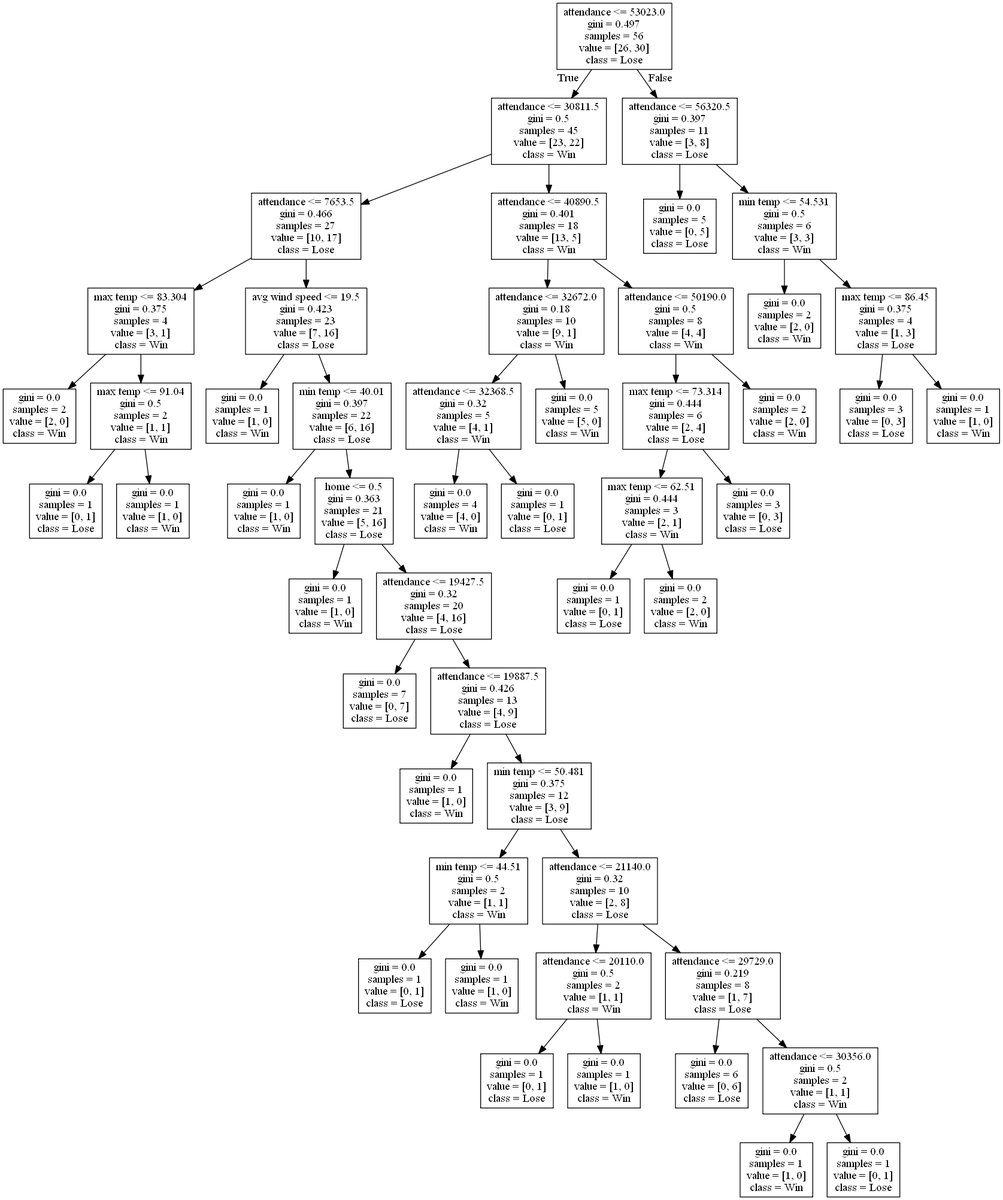
This is DecisionTrees/decision_tree_no_score15.png from alexana-steck/CSE482Project, a Graphviz export, as it was before one commit. Its source is kept beside it as DecisionTrees/decision_tree_no_score15.dot. Its diagram source:
```dot
digraph Tree {
node [shape=box] ;
0 [label="attendance <= 53023.0\ngini = 0.497\nsamples = 56\nvalue = [26, 30]\nclass = Lose"] ;
1 [label="attendance <= 30811.5\ngini = 0.5\nsamples = 45\nvalue = [23, 22]\nclass = Win"] ;
0 -> 1 [labeldistance=2.5, labelangle=45, headlabel="True"] ;
2 [label="attendance <= 7653.5\ngini = 0.466\nsamples = 27\nvalue = [10, 17]\nclass = Lose"] ;
1 -> 2 ;
3 [label="max temp <= 83.304\ngini = 0.375\nsamples = 4\nvalue = [3, 1]\nclass = Win"] ;
2 -> 3 ;
4 [label="gini = 0.0\nsamples = 2\nvalue = [2, 0]\nclass = Win"] ;
3 -> 4 ;
5 [label="max temp <= 91.04\ngini = 0.5\nsamples = 2\nvalue = [1, 1]\nclass = Win"] ;
3 -> 5 ;
6 [label="gini = 0.0\nsamples = 1\nvalue = [0, 1]\nclass = Lose"] ;
5 -> 6 ;
7 [label="gini = 0.0\nsamples = 1\nvalue = [1, 0]\nclass = Win"] ;
5 -> 7 ;
8 [label="avg wind speed <= 19.5\ngini = 0.423\nsamples = 23\nvalue = [7, 16]\nclass = Lose"] ;
2 -> 8 ;
9 [label="gini = 0.0\nsamples = 1\nvalue = [1, 0]\nclass = Win"] ;
8 -> 9 ;
10 [label="min temp <= 40.01\ngini = 0.397\nsamples = 22\nvalue = [6, 16]\nclass = Lose"] ;
8 -> 10 ;
11 [label="gini = 0.0\nsamples = 1\nvalue = [1, 0]\nclass = Win"] ;
10 -> 11 ;
12 [label="home <= 0.5\ngini = 0.363\nsamples = 21\nvalue = [5, 16]\nclass = Lose"] ;
10 -> 12 ;
13 [label="gini = 0.0\nsamples = 1\nvalue = [1, 0]\nclass = Win"] ;
12 -> 13 ;
14 [label="attendance <= 19427.5\ngini = 0.32\nsamples = 20\nvalue = [4, 16]\nclass = Lose"] ;
12 -> 14 ;
15 [label="gini = 0.0\nsamples = 7\nvalue = [0, 7]\nclass = Lose"] ;
14 -> 15 ;
16 [label="attendance <= 19887.5\ngini = 0.426\nsamples = 13\nvalue = [4, 9]\nclass = Lose"] ;
14 -> 16 ;
17 [label="gini = 0.0\nsamples = 1\nvalue = [1, 0]\nclass = Win"] ;
16 -> 17 ;
18 [label="min temp <= 50.481\ngini = 0.375\nsamples = 12\nvalue = [3, 9]\nclass = Lose"] ;
16 -> 18 ;
19 [label="min temp <= 44.51\ngini = 0.5\nsamples = 2\nvalue = [1, 1]\nclass = Win"] ;
18 -> 19 ;
20 [label="gini = 0.0\nsamples = 1\nvalue = [0, 1]\nclass = Lose"] ;
19 -> 20 ;
21 [label="gini = 0.0\nsamples = 1\nvalue = [1, 0]\nclass = Win"] ;
19 -> 21 ;
22 [label="attendance <= 21140.0\ngini = 0.32\nsamples = 10\nvalue = [2, 8]\nclass = Lose"] ;
18 -> 22 ;
23 [label="attendance <= 20110.0\ngini = 0.5\nsamples = 2\nvalue = [1, 1]\nclass = Win"] ;
22 -> 23 ;
24 [label="gini = 0.0\nsamples = 1\nvalue = [0, 1]\nclass = Lose"] ;
23 -> 24 ;
25 [label="gini = 0.0\nsamples = 1\nvalue = [1, 0]\nclass = Win"] ;
23 -> 25 ;
26 [label="attendance <= 29729.0\ngini = 0.219\nsamples = 8\nvalue = [1, 7]\nclass = Lose"] ;
22 -> 26 ;
27 [label="gini = 0.0\nsamples = 6\nvalue = [0, 6]\nclass = Lose"] ;
26 -> 27 ;
28 [label="attendance <= 30356.0\ngini = 0.5\nsamples = 2\nvalue = [1, 1]\nclass = Win"] ;
26 -> 28 ;
29 [label="gini = 0.0\nsamples = 1\nvalue = [1, 0]\nclass = Win"] ;
28 -> 29 ;
30 [label="gini = 0.0\nsamples = 1\nvalue = [0, 1]\nclass = Lose"] ;
28 -> 30 ;
31 [label="attendance <= 40890.5\ngini = 0.401\nsamples = 18\nvalue = [13, 5]\nclass = Win"] ;
1 -> 31 ;
32 [label="attendance <= 32672.0\ngini = 0.18\nsamples = 10\nvalue = [9, 1]\nclass = Win"] ;
31 -> 32 ;
33 [label="attendance <= 32368.5\ngini = 0.32\nsamples = 5\nvalue = [4, 1]\nclass = Win"] ;
32 -> 33 ;
34 [label="gini = 0.0\nsamples = 4\nvalue = [4, 0]\nclass = Win"] ;
33 -> 34 ;
35 [label="gini = 0.0\nsamples = 1\nvalue = [0, 1]\nclass = Lose"] ;
33 -> 35 ;
36 [label="gini = 0.0\nsamples = 5\nvalue = [5, 0]\nclass = Win"] ;
32 -> 36 ;
37 [label="attendance <= 50190.0\ngini = 0.5\nsamples = 8\nvalue = [4, 4]\nclass = Win"] ;
31 -> 37 ;
38 [label="max temp <= 73.314\ngini = 0.444\nsamples = 6\nvalue = [2, 4]\nclass = Lose"] ;
37 -> 38 ;
39 [label="max temp <= 62.51\ngini = 0.444\nsamples = 3\nvalue = [2, 1]\nclass = Win"] ;
38 -> 39 ;
40 [label="gini = 0.0\nsamples = 1\nvalue = [0, 1]\nclass = Lose"] ;
39 -> 40 ;
41 [label="gini = 0.0\nsamples = 2\nvalue = [2, 0]\nclass = Win"] ;
39 -> 41 ;
42 [label="gini = 0.0\nsamples = 3\nvalue = [0, 3]\nclass = Lose"] ;
38 -> 42 ;
43 [label="gini = 0.0\nsamples = 2\nvalue = [2, 0]\nclass = Win"] ;
37 -> 43 ;
44 [label="attendance <= 56320.5\ngini = 0.397\nsamples = 11\nvalue = [3, 8]\nclass = Lose"] ;
0 -> 44 [labeldistance=2.5, labelangle=-45, headlabel="False"] ;
45 [label="gini = 0.0\nsamples = 5\nvalue = [0, 5]\nclass = Lose"] ;
44 -> 45 ;
46 [label="min temp <= 54.531\ngini = 0.5\nsamples = 6\nvalue = [3, 3]\nclass = Win"] ;
44 -> 46 ;
47 [label="gini = 0.0\nsamples = 2\nvalue = [2, 0]\nclass = Win"] ;
46 -> 47 ;
48 [label="max temp <= 86.45\ngini = 0.375\nsamples = 4\nvalue = [1, 3]\nclass = Lose"] ;
46 -> 48 ;
49 [label="gini = 0.0\nsamples = 3\nvalue = [0, 3]\nclass = Lose"] ;
48 -> 49 ;
50 [label="gini = 0.0\nsamples = 1\nvalue = [1, 0]\nclass = Win"] ;
48 -> 50 ;
}
```
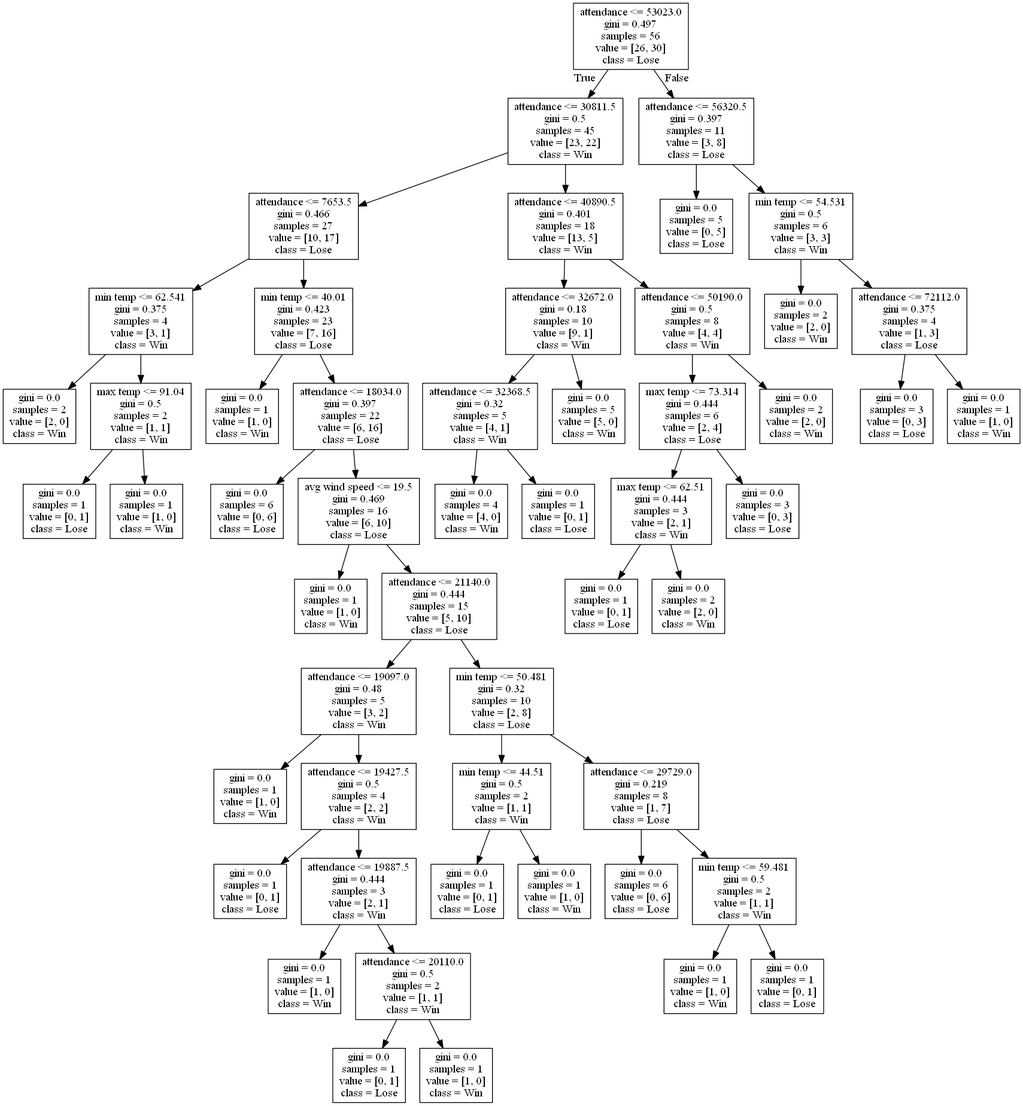
The same diagram one commit later.

The edit, as a diff of the source:
```diff
@@ -5,7 +5,7 @@
 0 -> 1 [labeldistance=2.5, labelangle=45, headlabel="True"] ;
 2 [label="attendance <= 7653.5\ngini = 0.466\nsamples = 27\nvalue = [10, 17]\nclass = Lose"] ;
 1 -> 2 ;
-3 [label="max temp <= 83.304\ngini = 0.375\nsamples = 4\nvalue = [3, 1]\nclass = Win"] ;
+3 [label="min temp <= 62.541\ngini = 0.375\nsamples = 4\nvalue = [3, 1]\nclass = Win"] ;
 2 -> 3 ;
 4 [label="gini = 0.0\nsamples = 2\nvalue = [2, 0]\nclass = Win"] ;
 3 -> 4 ;
@@ -15,90 +15,94 @@
 5 -> 6 ;
 7 [label="gini = 0.0\nsamples = 1\nvalue = [1, 0]\nclass = Win"] ;
 5 -> 7 ;
-8 [label="avg wind speed <= 19.5\ngini = 0.423\nsamples = 23\nvalue = [7, 16]\nclass = Lose"] ;
+8 [label="min temp <= 40.01\ngini = 0.423\nsamples = 23\nvalue = [7, 16]\nclass = Lose"] ;
 2 -> 8 ;
 9 [label="gini = 0.0\nsamples = 1\nvalue = [1, 0]\nclass = Win"] ;
 8 -> 9 ;
-10 [label="min temp <= 40.01\ngini = 0.397\nsamples = 22\nvalue = [6, 16]\nclass = Lose"] ;
+10 [label="attendance <= 18034.0\ngini = 0.397\nsamples = 22\nvalue = [6, 16]\nclass = Lose"] ;
 8 -> 10 ;
-11 [label="gini = 0.0\nsamples = 1\nvalue = [1, 0]\nclass = Win"] ;
+11 [label="gini = 0.0\nsamples = 6\nvalue = [0, 6]\nclass = Lose"] ;
 10 -> 11 ;
-12 [label="home <= 0.5\ngini = 0.363\nsamples = 21\nvalue = [5, 16]\nclass = Lose"] ;
+12 [label="avg wind speed <= 19.5\ngini = 0.469\nsamples = 16\nvalue = [6, 10]\nclass = Lose"] ;
 10 -> 12 ;
 13 [label="gini = 0.0\nsamples = 1\nvalue = [1, 0]\nclass = Win"] ;
 12 -> 13 ;
-14 [label="attendance <= 19427.5\ngini = 0.32\nsamples = 20\nvalue = [4, 16]\nclass = Lose"] ;
+14 [label="attendance <= 21140.0\ngini = 0.444\nsamples = 15\nvalue = [5, 10]\nclass = Lose"] ;
 12 -> 14 ;
-15 [label="gini = 0.0\nsamples = 7\nvalue = [0, 7]\nclass = Lose"] ;
+15 [label="attendance <= 19097.0\ngini = 0.48\nsamples = 5\nvalue = [3, 2]\nclass = Win"] ;
 14 -> 15 ;
-16 [label="attendance <= 19887.5\ngini = 0.426\nsamples = 13\nvalue = [4, 9]\nclass = Lose"] ;
-14 -> 16 ;
-17 [label="gini = 0.0\nsamples = 1\nvalue = [1, 0]\nclass = Win"] ;
-16 -> 17 ;
-18 [label="min temp <= 50.481\ngini = 0.375\nsamples = 12\nvalue = [3, 9]\nclass = Lose"] ;
-16 -> 18 ;
-19 [label="min temp <= 44.51\ngini = 0.5\nsamples = 2\nvalue = [1, 1]\nclass = Win"] ;
-18 -> 19 ;
-20 [label="gini = 0.0\nsamples = 1\nvalue = [0, 1]\nclass = Lose"] ;
+16 [label="gini = 0.0\nsamples = 1\nvalue = [1, 0]\nclass = Win"] ;
+15 -> 16 ;
+17 [label="attendance <= 19427.5\ngini = 0.5\nsamples = 4\nvalue = [2, 2]\nclass = Win"] ;
+15 -> 17 ;
+18 [label="gini = 0.0\nsamples = 1\nvalue = [0, 1]\nclass = Lose"] ;
+17 -> 18 ;
+19 [label="attendance <= 19887.5\ngini = 0.444\nsamples = 3\nvalue = [2, 1]\nclass = Win"] ;
+17 -> 19 ;
+20 [label="gini = 0.0\nsamples = 1\nvalue = [1, 0]\nclass = Win"] ;
 19 -> 20 ;
-21 [label="gini = 0.0\nsamples = 1\nvalue = [1, 0]\nclass = Win"] ;
+21 [label="attendance <= 20110.0\ngini = 0.5\nsamples = 2\nvalue = [1, 1]\nclass = Win"] ;
 19 -> 21 ;
-22 [label="attendance <= 21140.0\ngini = 0.32\nsamples = 10\nvalue = [2, 8]\nclass = Lose"] ;
-18 -> 22 ;
-23 [label="attendance <= 20110.0\ngini = 0.5\nsamples = 2\nvalue = [1, 1]\nclass = Win"] ;
-22 -> 23 ;
-24 [label="gini = 0.0\nsamples = 1\nvalue = [0, 1]\nclass = Lose"] ;
-23 -> 24 ;
-25 [label="gini = 0.0\nsamples = 1\nvalue = [1, 0]\nclass = Win"] ;
-23 -> 25 ;
-26 [label="attendance <= 29729.0\ngini = 0.219\nsamples = 8\nvalue = [1, 7]\nclass = Lose"] ;
-22 -> 26 ;
-27 [label="gini = 0.0\nsamples = 6\nvalue = [0, 6]\nclass = Lose"] ;
-26 -> 27 ;
-28 [label="attendance <= 30356.0\ngini = 0.5\nsamples = 2\nvalue = [1, 1]\nclass = Win"] ;
-26 -> 28 ;
-29 [label="gini = 0.0\nsamples = 1\nvalue = [1, 0]\nclass = Win"] ;
+22 [label="gini = 0.0\nsamples = 1\nvalue = [0, 1]\nclass = Lose"] ;
+21 -> 22 ;
+23 [label="gini = 0.0\nsamples = 1\nvalue = [1, 0]\nclass = Win"] ;
+21 -> 23 ;
+24 [label="min temp <= 50.481\ngini = 0.32\nsamples = 10\nvalue = [2, 8]\nclass = Lose"] ;
+14 -> 24 ;
+25 [label="min temp <= 44.51\ngini = 0.5\nsamples = 2\nvalue = [1, 1]\nclass = Win"] ;
+24 -> 25 ;
+26 [label="gini = 0.0\nsamples = 1\nvalue = [0, 1]\nclass = Lose"] ;
+25 -> 26 ;
+27 [label="gini = 0.0\nsamples = 1\nvalue = [1, 0]\nclass = Win"] ;
+25 -> 27 ;
+28 [label="attendance <= 29729.0\ngini = 0.219\nsamples = 8\nvalue = [1, 7]\nclass = Lose"] ;
+24 -> 28 ;
+29 [label="gini = 0.0\nsamples = 6\nvalue = [0, 6]\nclass = Lose"] ;
 28 -> 29 ;
-30 [label="gini = 0.0\nsamples = 1\nvalue = [0, 1]\nclass = Lose"] ;
+30 [label="min temp <= 59.481\ngini = 0.5\nsamples = 2\nvalue = [1, 1]\nclass = Win"] ;
 28 -> 30 ;
-31 [label="attendance <= 40890.5\ngini = 0.401\nsamples = 18\nvalue = [13, 5]\nclass = Win"] ;
-1 -> 31 ;
-32 [label="attendance <= 32672.0\ngini = 0.18\nsamples = 10\nvalue = [9, 1]\nclass = Win"] ;
-31 -> 32 ;
-33 [label="attendance <= 32368.5\ngini = 0.32\nsamples = 5\nvalue = [4, 1]\nclass = Win"] ;
-32 -> 33 ;
-34 [label="gini = 0.0\nsamples = 4\nvalue = [4, 0]\nclass = Win"] ;
+31 [label="gini = 0.0\nsamples = 1\nvalue = [1, 0]\nclass = Win"] ;
+30 -> 31 ;
+32 [label="gini = 0.0\nsamples = 1\nvalue = [0, 1]\nclass = Lose"] ;
+30 -> 32 ;
+33 [label="attendance <= 40890.5\ngini = 0.401\nsamples = 18\nvalue = [13, 5]\nclass = Win"] ;
+1 -> 33 ;
+34 [label="attendance <= 32672.0\ngini = 0.18\nsamples = 10\nvalue = [9, 1]\nclass = Win"] ;
 33 -> 34 ;
-35 [label="gini = 0.0\nsamples = 1\nvalue = [0, 1]\nclass = Lose"] ;
-33 -> 35 ;
-36 [label="gini = 0.0\nsamples = 5\nvalue = [5, 0]\nclass = Win"] ;
-32 -> 36 ;
-37 [label="attendance <= 50190.0\ngini = 0.5\nsamples = 8\nvalue = [4, 4]\nclass = Win"] ;
-31 -> 37 ;
-38 [label="max temp <= 73.314\ngini = 0.444\nsamples = 6\nvalue = [2, 4]\nclass = Lose"] ;
-37 -> 38 ;
-39 [label="max temp <= 62.51\ngini = 0.444\nsamples = 3\nvalue = [2, 1]\nclass = Win"] ;
-38 -> 39 ;
-40 [label="gini = 0.0\nsamples = 1\nvalue = [0, 1]\nclass = Lose"] ;
+35 [label="attendance <= 32368.5\ngini = 0.32\nsamples = 5\nvalue = [4, 1]\nclass = Win"] ;
+34 -> 35 ;
+36 [label="gini = 0.0\nsamples = 4\nvalue = [4, 0]\nclass = Win"] ;
+35 -> 36 ;
+37 [label="gini = 0.0\nsamples = 1\nvalue = [0, 1]\nclass = Lose"] ;
+35 -> 37 ;
+38 [label="gini = 0.0\nsamples = 5\nvalue = [5, 0]\nclass = Win"] ;
+34 -> 38 ;
+39 [label="attendance <= 50190.0\ngini = 0.5\nsamples = 8\nvalue = [4, 4]\nclass = Win"] ;
+33 -> 39 ;
+40 [label="max temp <= 73.314\ngini = 0.444\nsamples = 6\nvalue = [2, 4]\nclass = Lose"] ;
 39 -> 40 ;
-41 [label="gini = 0.0\nsamples = 2\nvalue = [2, 0]\nclass = Win"] ;
-39 -> 41 ;
-42 [label="gini = 0.0\nsamples = 3\nvalue = [0, 3]\nclass = Lose"] ;
-38 -> 42 ;
+41 [label="max temp <= 62.51\ngini = 0.444\nsamples = 3\nvalue = [2, 1]\nclass = Win"] ;
+40 -> 41 ;
+42 [label="gini = 0.0\nsamples = 1\nvalue = [0, 1]\nclass = Lose"] ;
+41 -> 42 ;
 43 [label="gini = 0.0\nsamples = 2\nvalue = [2, 0]\nclass = Win"] ;
-37 -> 43 ;
-44 [label="attendance <= 56320.5\ngini = 0.397\nsamples = 11\nvalue = [3, 8]\nclass = Lose"] ;
-0 -> 44 [labeldistance=2.5, labelangle=-45, headlabel="False"] ;
-45 [label="gini = 0.0\nsamples = 5\nvalue = [0, 5]\nclass = Lose"] ;
-44 -> 45 ;
-46 [label="min temp <= 54.531\ngini = 0.5\nsamples = 6\nvalue = [3, 3]\nclass = Win"] ;
-44 -> 46 ;
-47 [label="gini = 0.0\nsamples = 2\nvalue = [2, 0]\nclass = Win"] ;
+41 -> 43 ;
+44 [label="gini = 0.0\nsamples = 3\nvalue = [0, 3]\nclass = Lose"] ;
+40 -> 44 ;
+45 [label="gini = 0.0\nsamples = 2\nvalue = [2, 0]\nclass = Win"] ;
+39 -> 45 ;
+46 [label="attendance <= 56320.5\ngini = 0.397\nsamples = 11\nvalue = [3, 8]\nclass = Lose"] ;
+0 -> 46 [labeldistance=2.5, labelangle=-45, headlabel="False"] ;
+47 [label="gini = 0.0\nsamples = 5\nvalue = [0, 5]\nclass = Lose"] ;
 46 -> 47 ;
-48 [label="max temp <= 86.45\ngini = 0.375\nsamples = 4\nvalue = [1, 3]\nclass = Lose"] ;
+48 [label="min temp <= 54.531\ngini = 0.5\nsamples = 6\nvalue = [3, 3]\nclass = Win"] ;
 46 -> 48 ;
-49 [label="gini = 0.0\nsamples = 3\nvalue = [0, 3]\nclass = Lose"] ;
+49 [label="gini = 0.0\nsamples = 2\nvalue = [2, 0]\nclass = Win"] ;
 48 -> 49 ;
-50 [label="gini = 0.0\nsamples = 1\nvalue = [1, 0]\nclass = Win"] ;
+50 [label="attendance <= 72112.0\ngini = 0.375\nsamples = 4\nvalue = [1, 3]\nclass = Lose"] ;
 48 -> 50 ;
+51 [label="gini = 0.0\nsamples = 3\nvalue = [0, 3]\nclass = Lose"] ;
+50 -> 51 ;
+52 [label="gini = 0.0\nsamples = 1\nvalue = [1, 0]\nclass = Win"] ;
+50 -> 52 ;
 }
```
